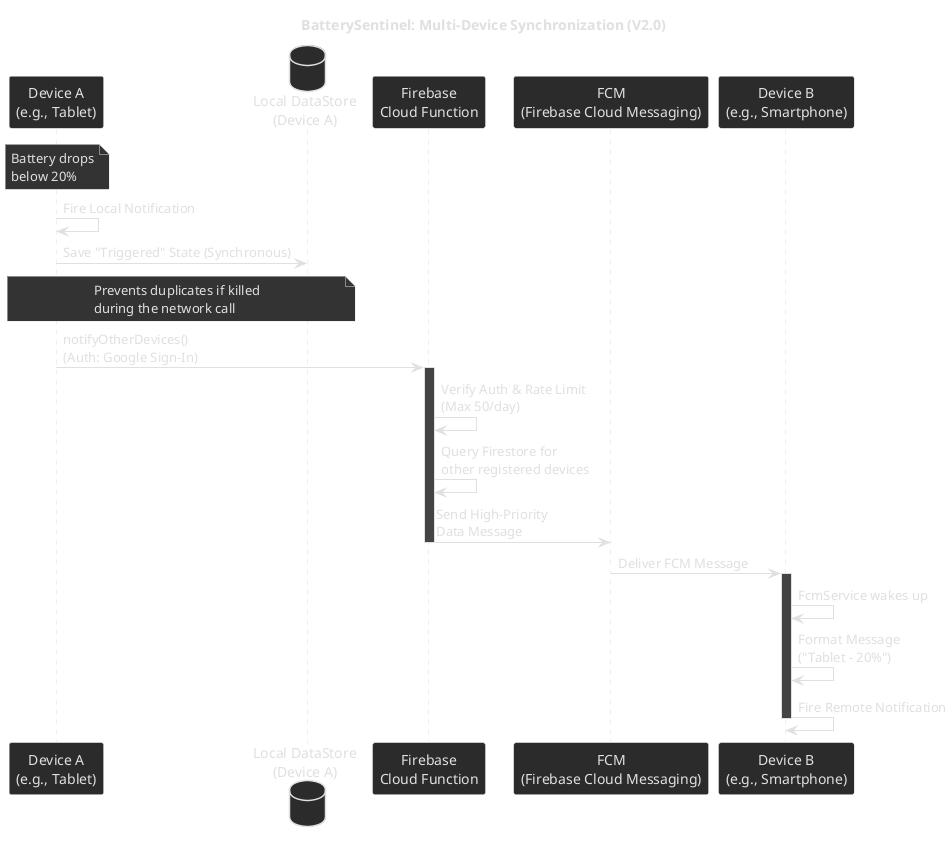
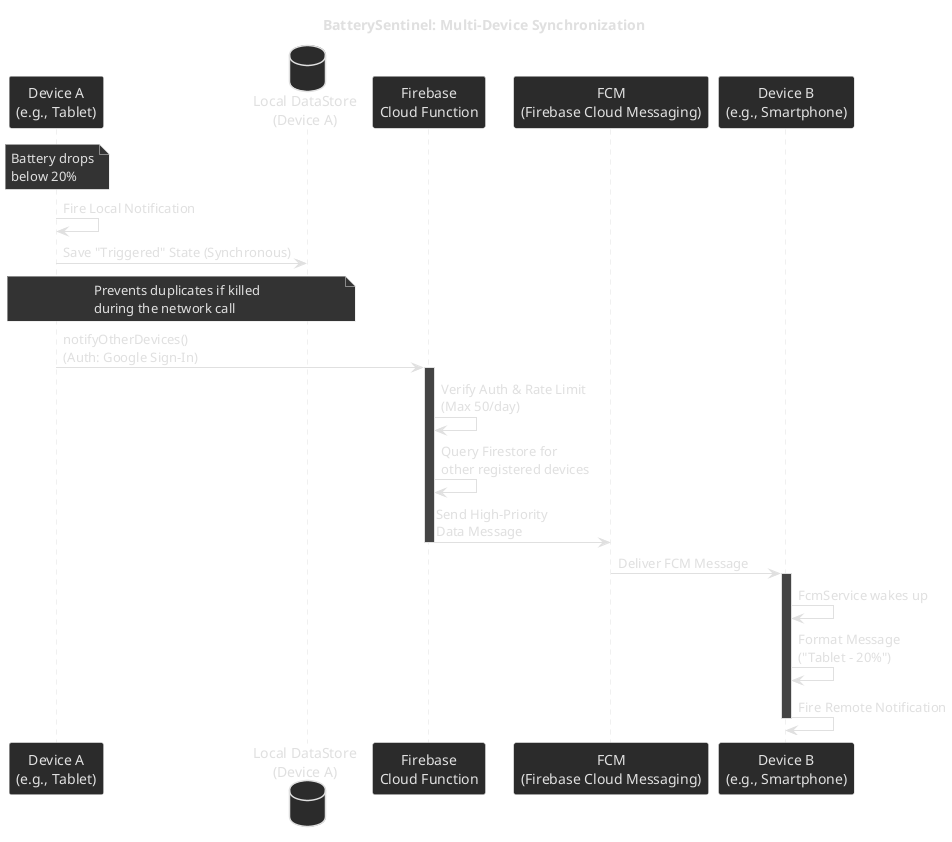
@startuml
skinparam backgroundColor transparent
skinparam defaultFontColor #E0E0E0
skinparam arrowColor #E0E0E0
skinparam participantBorderColor #E0E0E0
skinparam participantBackgroundColor #2B2B2B
skinparam databaseBorderColor #E0E0E0
skinparam databaseBackgroundColor #2B2B2B
skinparam sequenceLifeLineBorderColor #E0E0E0
skinparam sequenceLifeLineBackgroundColor #444444
skinparam noteBackgroundColor #333333
skinparam noteBorderColor #E0E0E0
skinparam noteFontColor #E0E0E0

- title BatterySentinel: Multi-Device Synchronization (V2.0)
+ title BatterySentinel: Multi-Device Synchronization

participant "Device A\n(e.g., Tablet)" as DevA
database "Local DataStore\n(Device A)" as DS_A
participant "Firebase\nCloud Function" as Cloud
participant "FCM\n(Firebase Cloud Messaging)" as FCM
participant "Device B\n(e.g., Smartphone)" as DevB

note over DevA: Battery drops\nbelow 20%
DevA -> DevA: Fire Local Notification
DevA -> DS_A: Save "Triggered" State (Synchronous)
note over DevA, DS_A: Prevents duplicates if killed\nduring the network call

DevA -> Cloud: notifyOtherDevices()\n(Auth: Google Sign-In)
activate Cloud
Cloud -> Cloud: Verify Auth & Rate Limit\n(Max 50/day)
Cloud -> Cloud: Query Firestore for\nother registered devices
Cloud -> FCM: Send High-Priority\nData Message
deactivate Cloud

FCM -> DevB: Deliver FCM Message
activate DevB
DevB -> DevB: FcmService wakes up
DevB -> DevB: Format Message\n("Tablet - 20%")
DevB -> DevB: Fire Remote Notification
deactivate DevB
@enduml
